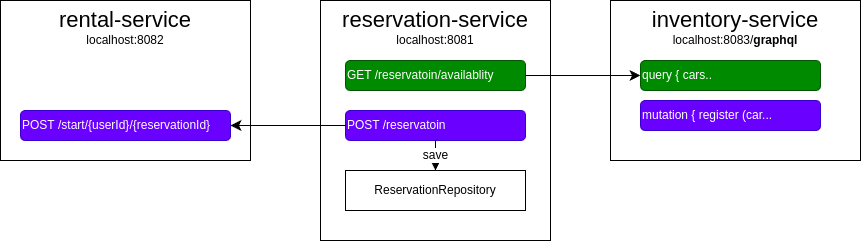
This is car-rental/doc/architecture.png from JinyKafe/quarkus-in-action, a draw.io export, as it was before one commit. Source tidied: cells renumbered, new cells last; positions are measured from the earlier drawing's top-left corner, leaving out a move shared by most shapes. Its diagram source:
```xml
<mxGraphModel>
  <root>
    <mxCell id="0" />
    <mxCell id="1" parent="0" />
    <mxCell id="2" value="&lt;span style=&quot;font-family: Helvetica; font-style: normal; font-variant-ligatures: normal; font-variant-caps: normal; font-weight: 400; letter-spacing: normal; orphans: 2; text-align: center; text-indent: 0px; text-transform: none; widows: 2; word-spacing: 0px; -webkit-text-stroke-width: 0px; white-space: normal; text-decoration-thickness: initial; text-decoration-style: initial; text-decoration-color: initial; float: none; display: inline !important;&quot;&gt;&lt;font style=&quot;font-size: 22px;&quot;&gt;reservation-service&lt;/font&gt;&lt;/span&gt;&lt;div style=&quot;forced-color-adjust: none; font-family: Helvetica; font-size: 12px; font-style: normal; font-variant-ligatures: normal; font-variant-caps: normal; font-weight: 400; letter-spacing: normal; orphans: 2; text-align: center; text-indent: 0px; text-transform: none; widows: 2; word-spacing: 0px; -webkit-text-stroke-width: 0px; white-space: normal; text-decoration-thickness: initial; text-decoration-style: initial; text-decoration-color: initial; box-shadow: none !important;&quot;&gt;localhost:8081&lt;/div&gt;" style="rounded=0;whiteSpace=wrap;html=1;verticalAlign=top;fontColor=default;labelBackgroundColor=none;" parent="1" vertex="1">
      <mxGeometry x="320" width="230" height="240" as="geometry" />
    </mxCell>
    <mxCell id="3" value="POST /reservatoin" style="rounded=1;whiteSpace=wrap;html=1;align=left;fillColor=#6a00ff;fontColor=#ffffff;strokeColor=#3700CC;" parent="1" vertex="1">
      <mxGeometry x="345" y="110" width="180" height="30" as="geometry" />
    </mxCell>
    <mxCell id="4" value="save" style="edgeStyle=none;curved=1;rounded=0;jettySize=auto;html=1;fontSize=12;startSize=8;endSize=8;" parent="1" edge="1" source="3" target="6">
      <mxGeometry relative="1" as="geometry" />
    </mxCell>
    <mxCell id="5" value="GET /reservatoin/availablity" style="rounded=1;whiteSpace=wrap;html=1;align=left;fillColor=#008a00;fontColor=#ffffff;strokeColor=#005700;" parent="1" vertex="1">
      <mxGeometry x="345" y="60" width="180" height="30" as="geometry" />
    </mxCell>
    <mxCell id="6" value="ReservationRepository" style="rounded=0;whiteSpace=wrap;html=1;" parent="1" vertex="1">
      <mxGeometry x="345" y="170" width="180" height="40" as="geometry" />
    </mxCell>
    <mxCell id="7" value="&lt;span style=&quot;font-family: Helvetica; font-style: normal; font-variant-ligatures: normal; font-variant-caps: normal; font-weight: 400; letter-spacing: normal; orphans: 2; text-align: center; text-indent: 0px; text-transform: none; widows: 2; word-spacing: 0px; -webkit-text-stroke-width: 0px; white-space: normal; text-decoration-thickness: initial; text-decoration-style: initial; text-decoration-color: initial; float: none; display: inline !important;&quot;&gt;&lt;font style=&quot;font-size: 22px;&quot;&gt;rental-service&lt;/font&gt;&lt;/span&gt;&lt;div style=&quot;forced-color-adjust: none; font-family: Helvetica; font-size: 12px; font-style: normal; font-variant-ligatures: normal; font-variant-caps: normal; font-weight: 400; letter-spacing: normal; orphans: 2; text-align: center; text-indent: 0px; text-transform: none; widows: 2; word-spacing: 0px; -webkit-text-stroke-width: 0px; white-space: normal; text-decoration-thickness: initial; text-decoration-style: initial; text-decoration-color: initial; box-shadow: none !important;&quot;&gt;localhost:8082&lt;/div&gt;" style="rounded=0;whiteSpace=wrap;html=1;verticalAlign=top;fontColor=default;labelBackgroundColor=none;" parent="1" vertex="1">
      <mxGeometry width="250" height="160" as="geometry" />
    </mxCell>
    <mxCell id="8" value="POST&amp;nbsp;/start/{userId}/{reservationId}&amp;nbsp;&lt;span style=&quot;color: rgba(0, 0, 0, 0); font-family: monospace; font-size: 0px; text-wrap-mode: nowrap;&quot;&gt;%3CmxGraphModel%3E%3Croot%3E%3CmxCell%20id%3D%220%22%2F%3E%3CmxCell%20id%3D%221%22%20parent%3D%220%22%2F%3E%3CmxCell%20id%3D%222%22%20value%3D%22POST%20%2Freservatoin%22%20style%3D%22rounded%3D1%3BwhiteSpace%3Dwrap%3Bhtml%3D1%3Balign%3Dleft%3BfillColor%3D%236a00ff%3BfontColor%3D%23ffffff%3BstrokeColor%3D%233700CC%3B%22%20vertex%3D%221%22%20parent%3D%221%22%3E%3CmxGeometry%20x%3D%22190%22%20y%3D%22390%22%20width%3D%22180%22%20height%3D%2230%22%20as%3D%22geometry%22%2F%3E%3C%2FmxCell%3E%3C%2Froot%3E%3C%2FmxGraphModel%3E&lt;/span&gt;" style="rounded=1;whiteSpace=wrap;html=1;align=left;fillColor=#6a00ff;fontColor=#ffffff;strokeColor=#3700CC;" parent="1" vertex="1">
      <mxGeometry x="20" y="110" width="210" height="30" as="geometry" />
    </mxCell>
    <mxCell id="9" style="edgeStyle=none;curved=1;rounded=0;jettySize=auto;html=1;fontSize=12;startSize=8;endSize=8;" parent="1" edge="1" source="3" target="8">
      <mxGeometry relative="1" as="geometry" />
    </mxCell>
    <mxCell id="10" value="&lt;span style=&quot;font-family: Helvetica; font-style: normal; font-variant-ligatures: normal; font-variant-caps: normal; font-weight: 400; letter-spacing: normal; orphans: 2; text-align: center; text-indent: 0px; text-transform: none; widows: 2; word-spacing: 0px; -webkit-text-stroke-width: 0px; white-space: normal; text-decoration-thickness: initial; text-decoration-style: initial; text-decoration-color: initial; float: none; display: inline !important;&quot;&gt;&lt;font style=&quot;font-size: 22px;&quot;&gt;inventory-service&lt;/font&gt;&lt;/span&gt;&lt;div style=&quot;forced-color-adjust: none; font-family: Helvetica; font-size: 12px; font-style: normal; font-variant-ligatures: normal; font-variant-caps: normal; letter-spacing: normal; orphans: 2; text-align: center; text-indent: 0px; text-transform: none; widows: 2; word-spacing: 0px; -webkit-text-stroke-width: 0px; white-space: normal; text-decoration-thickness: initial; text-decoration-style: initial; text-decoration-color: initial; box-shadow: none !important;&quot;&gt;&lt;span style=&quot;font-weight: 400;&quot;&gt;localhost:8083/&lt;/span&gt;&lt;b&gt;graphql&lt;/b&gt;&lt;/div&gt;" style="rounded=0;whiteSpace=wrap;html=1;verticalAlign=top;fontColor=default;labelBackgroundColor=none;" parent="1" vertex="1">
      <mxGeometry x="610" width="250" height="160" as="geometry" />
    </mxCell>
    <mxCell id="11" value="mutation { register (car...&amp;nbsp;&lt;span style=&quot;color: rgba(0, 0, 0, 0); font-family: monospace; font-size: 0px; text-wrap-mode: nowrap;&quot;&gt;%3CmxGraphModel%3E%3Croot%3E%3CmxCell%20id%3D%220%22%2F%3E%3CmxCell%20id%3D%221%22%20parent%3D%220%22%2F%3E%3CmxCell%20id%3D%222%22%20value%3D%22POST%20%2Freservatoin%22%20style%3D%22rounded%3D1%3BwhiteSpace%3Dwrap%3Bhtml%3D1%3Balign%3Dleft%3BfillColor%3D%236a00ff%3BfontColor%3D%23ffffff%3BstrokeColor%3D%233700CC%3B%22%20vertex%3D%221%22%20parent%3D%221%22%3E%3CmxGeometry%20x%3D%22190%22%20y%3D%22390%22%20width%3D%22180%22%20height%3D%2230%22%20as%3D%22geometry%22%2F%3E%3C%2FmxCell%3E%3C%2Froot%3E%3C%2FmxGraphModel%3E&lt;/span&gt;" style="rounded=1;whiteSpace=wrap;html=1;align=left;fillColor=#6a00ff;fontColor=#ffffff;strokeColor=#3700CC;" parent="1" vertex="1">
      <mxGeometry x="640" y="100" width="180" height="30" as="geometry" />
    </mxCell>
    <mxCell id="12" value="query { cars..&amp;nbsp;" style="rounded=1;whiteSpace=wrap;html=1;align=left;fillColor=#008a00;fontColor=#ffffff;strokeColor=#005700;" parent="1" vertex="1">
      <mxGeometry x="640" y="60" width="180" height="30" as="geometry" />
    </mxCell>
    <mxCell id="13" style="edgeStyle=none;curved=1;rounded=0;jettySize=auto;html=1;fontSize=12;startSize=8;endSize=8;" parent="1" edge="1" source="5" target="12">
      <mxGeometry relative="1" as="geometry" />
    </mxCell>
  </root>
</mxGraphModel>
```
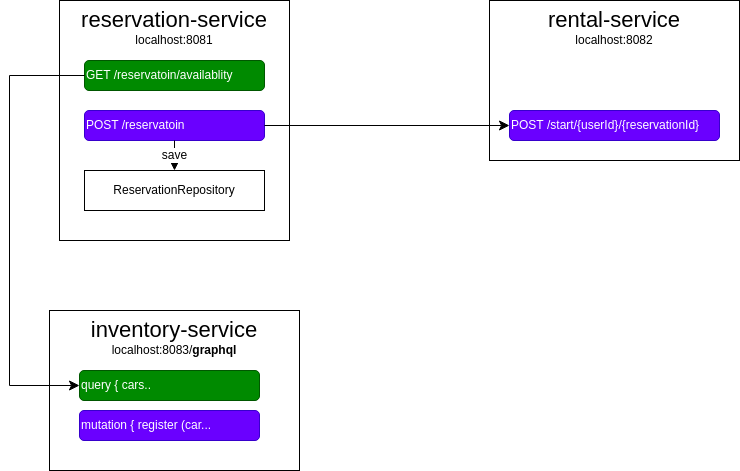
The same diagram one commit later.

The edit, as a diff of the source:
```diff
@@ -8,7 +8,7 @@
     <mxCell id="3" value="POST /reservatoin" style="rounded=1;whiteSpace=wrap;html=1;align=left;fillColor=#6a00ff;fontColor=#ffffff;strokeColor=#3700CC;" parent="1" vertex="1">
       <mxGeometry x="345" y="110" width="180" height="30" as="geometry" />
     </mxCell>
-    <mxCell id="4" value="save" style="edgeStyle=none;curved=1;rounded=0;jettySize=auto;html=1;fontSize=12;startSize=8;endSize=8;" parent="1" edge="1" source="3" target="6">
+    <mxCell id="4" value="save" style="edgeStyle=orthogonalEdgeStyle;rounded=0;jettySize=auto;html=1;fontSize=12;startSize=8;endSize=8;" parent="1" edge="1" source="3" target="6">
       <mxGeometry relative="1" as="geometry" />
     </mxCell>
     <mxCell id="5" value="GET /reservatoin/availablity" style="rounded=1;whiteSpace=wrap;html=1;align=left;fillColor=#008a00;fontColor=#ffffff;strokeColor=#005700;" parent="1" vertex="1">
@@ -18,25 +18,30 @@
       <mxGeometry x="345" y="170" width="180" height="40" as="geometry" />
     </mxCell>
     <mxCell id="7" value="&lt;span style=&quot;font-family: Helvetica; font-style: normal; font-variant-ligatures: normal; font-variant-caps: normal; font-weight: 400; letter-spacing: normal; orphans: 2; text-align: center; text-indent: 0px; text-transform: none; widows: 2; word-spacing: 0px; -webkit-text-stroke-width: 0px; white-space: normal; text-decoration-thickness: initial; text-decoration-style: initial; text-decoration-color: initial; float: none; display: inline !important;&quot;&gt;&lt;font style=&quot;font-size: 22px;&quot;&gt;rental-service&lt;/font&gt;&lt;/span&gt;&lt;div style=&quot;forced-color-adjust: none; font-family: Helvetica; font-size: 12px; font-style: normal; font-variant-ligatures: normal; font-variant-caps: normal; font-weight: 400; letter-spacing: normal; orphans: 2; text-align: center; text-indent: 0px; text-transform: none; widows: 2; word-spacing: 0px; -webkit-text-stroke-width: 0px; white-space: normal; text-decoration-thickness: initial; text-decoration-style: initial; text-decoration-color: initial; box-shadow: none !important;&quot;&gt;localhost:8082&lt;/div&gt;" style="rounded=0;whiteSpace=wrap;html=1;verticalAlign=top;fontColor=default;labelBackgroundColor=none;" parent="1" vertex="1">
-      <mxGeometry width="250" height="160" as="geometry" />
+      <mxGeometry x="750" width="250" height="160" as="geometry" />
     </mxCell>
     <mxCell id="8" value="POST&amp;nbsp;/start/{userId}/{reservationId}&amp;nbsp;&lt;span style=&quot;color: rgba(0, 0, 0, 0); font-family: monospace; font-size: 0px; text-wrap-mode: nowrap;&quot;&gt;%3CmxGraphModel%3E%3Croot%3E%3CmxCell%20id%3D%220%22%2F%3E%3CmxCell%20id%3D%221%22%20parent%3D%220%22%2F%3E%3CmxCell%20id%3D%222%22%20value%3D%22POST%20%2Freservatoin%22%20style%3D%22rounded%3D1%3BwhiteSpace%3Dwrap%3Bhtml%3D1%3Balign%3Dleft%3BfillColor%3D%236a00ff%3BfontColor%3D%23ffffff%3BstrokeColor%3D%233700CC%3B%22%20vertex%3D%221%22%20parent%3D%221%22%3E%3CmxGeometry%20x%3D%22190%22%20y%3D%22390%22%20width%3D%22180%22%20height%3D%2230%22%20as%3D%22geometry%22%2F%3E%3C%2FmxCell%3E%3C%2Froot%3E%3C%2FmxGraphModel%3E&lt;/span&gt;" style="rounded=1;whiteSpace=wrap;html=1;align=left;fillColor=#6a00ff;fontColor=#ffffff;strokeColor=#3700CC;" parent="1" vertex="1">
-      <mxGeometry x="20" y="110" width="210" height="30" as="geometry" />
+      <mxGeometry x="770" y="110" width="210" height="30" as="geometry" />
     </mxCell>
-    <mxCell id="9" style="edgeStyle=none;curved=1;rounded=0;jettySize=auto;html=1;fontSize=12;startSize=8;endSize=8;" parent="1" edge="1" source="3" target="8">
+    <mxCell id="9" style="edgeStyle=orthogonalEdgeStyle;rounded=0;jettySize=auto;html=1;fontSize=12;startSize=8;endSize=8;" parent="1" edge="1" source="3" target="8">
       <mxGeometry relative="1" as="geometry" />
     </mxCell>
     <mxCell id="10" value="&lt;span style=&quot;font-family: Helvetica; font-style: normal; font-variant-ligatures: normal; font-variant-caps: normal; font-weight: 400; letter-spacing: normal; orphans: 2; text-align: center; text-indent: 0px; text-transform: none; widows: 2; word-spacing: 0px; -webkit-text-stroke-width: 0px; white-space: normal; text-decoration-thickness: initial; text-decoration-style: initial; text-decoration-color: initial; float: none; display: inline !important;&quot;&gt;&lt;font style=&quot;font-size: 22px;&quot;&gt;inventory-service&lt;/font&gt;&lt;/span&gt;&lt;div style=&quot;forced-color-adjust: none; font-family: Helvetica; font-size: 12px; font-style: normal; font-variant-ligatures: normal; font-variant-caps: normal; letter-spacing: normal; orphans: 2; text-align: center; text-indent: 0px; text-transform: none; widows: 2; word-spacing: 0px; -webkit-text-stroke-width: 0px; white-space: normal; text-decoration-thickness: initial; text-decoration-style: initial; text-decoration-color: initial; box-shadow: none !important;&quot;&gt;&lt;span style=&quot;font-weight: 400;&quot;&gt;localhost:8083/&lt;/span&gt;&lt;b&gt;graphql&lt;/b&gt;&lt;/div&gt;" style="rounded=0;whiteSpace=wrap;html=1;verticalAlign=top;fontColor=default;labelBackgroundColor=none;" parent="1" vertex="1">
-      <mxGeometry x="610" width="250" height="160" as="geometry" />
+      <mxGeometry x="310" y="310" width="250" height="160" as="geometry" />
     </mxCell>
     <mxCell id="11" value="mutation { register (car...&amp;nbsp;&lt;span style=&quot;color: rgba(0, 0, 0, 0); font-family: monospace; font-size: 0px; text-wrap-mode: nowrap;&quot;&gt;%3CmxGraphModel%3E%3Croot%3E%3CmxCell%20id%3D%220%22%2F%3E%3CmxCell%20id%3D%221%22%20parent%3D%220%22%2F%3E%3CmxCell%20id%3D%222%22%20value%3D%22POST%20%2Freservatoin%22%20style%3D%22rounded%3D1%3BwhiteSpace%3Dwrap%3Bhtml%3D1%3Balign%3Dleft%3BfillColor%3D%236a00ff%3BfontColor%3D%23ffffff%3BstrokeColor%3D%233700CC%3B%22%20vertex%3D%221%22%20parent%3D%221%22%3E%3CmxGeometry%20x%3D%22190%22%20y%3D%22390%22%20width%3D%22180%22%20height%3D%2230%22%20as%3D%22geometry%22%2F%3E%3C%2FmxCell%3E%3C%2Froot%3E%3C%2FmxGraphModel%3E&lt;/span&gt;" style="rounded=1;whiteSpace=wrap;html=1;align=left;fillColor=#6a00ff;fontColor=#ffffff;strokeColor=#3700CC;" parent="1" vertex="1">
-      <mxGeometry x="640" y="100" width="180" height="30" as="geometry" />
+      <mxGeometry x="340" y="410" width="180" height="30" as="geometry" />
     </mxCell>
     <mxCell id="12" value="query { cars..&amp;nbsp;" style="rounded=1;whiteSpace=wrap;html=1;align=left;fillColor=#008a00;fontColor=#ffffff;strokeColor=#005700;" parent="1" vertex="1">
-      <mxGeometry x="640" y="60" width="180" height="30" as="geometry" />
+      <mxGeometry x="340" y="370" width="180" height="30" as="geometry" />
     </mxCell>
-    <mxCell id="13" style="edgeStyle=none;curved=1;rounded=0;jettySize=auto;html=1;fontSize=12;startSize=8;endSize=8;" parent="1" edge="1" source="5" target="12">
-      <mxGeometry relative="1" as="geometry" />
+    <mxCell id="13" style="edgeStyle=orthogonalEdgeStyle;rounded=0;jettySize=auto;html=1;fontSize=12;startSize=8;endSize=8;" parent="1" edge="1" source="5" target="12">
+      <mxGeometry relative="1" as="geometry">
+        <Array as="points">
+          <mxPoint x="270" y="75" />
+          <mxPoint x="270" y="385" />
+        </Array>
+      </mxGeometry>
     </mxCell>
   </root>
 </mxGraphModel>
```
